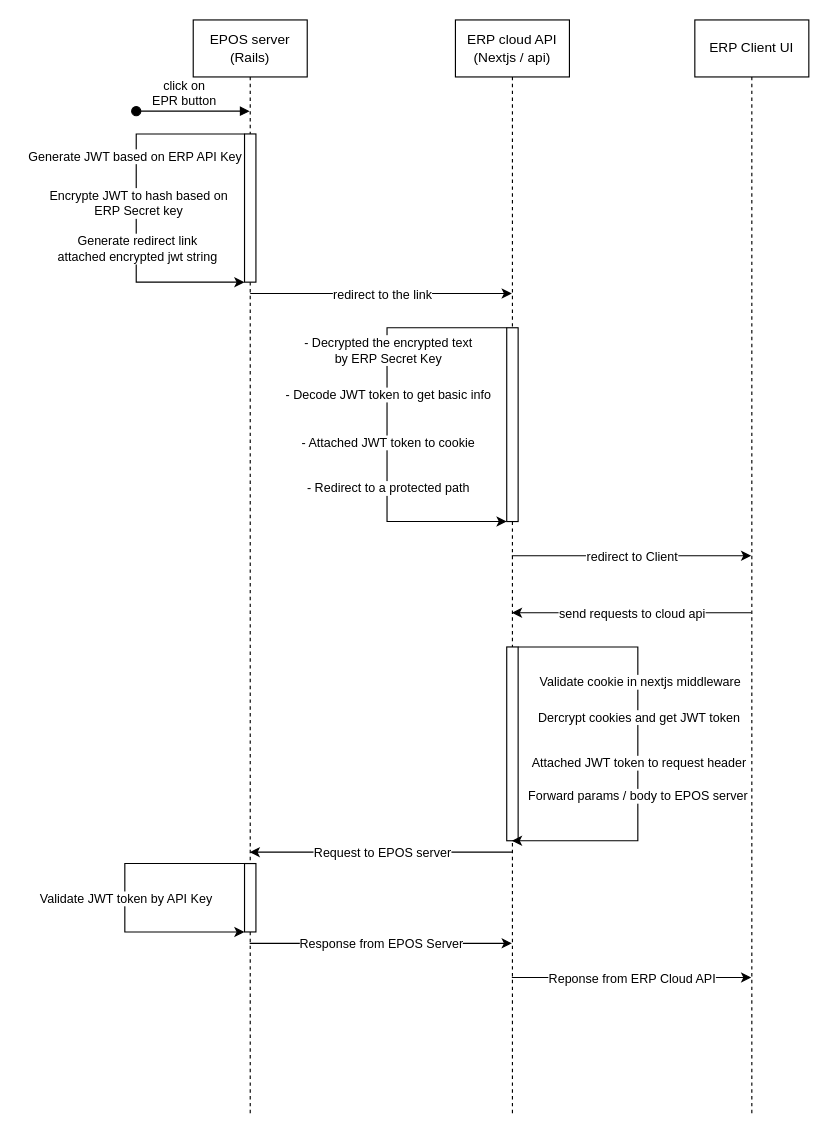
Earlier version of the draw.io diagram Untitled Diagram.drawio (ngmitan149/ngmitan149). Source tidied: cells renumbered, new cells numbered last; positions are measured from the earlier drawing's top-left corner, leaving out a move shared by most shapes. Both pictures are drawn from the tidied source at 114%, with x=0, y=0 at pixel (124, 19).
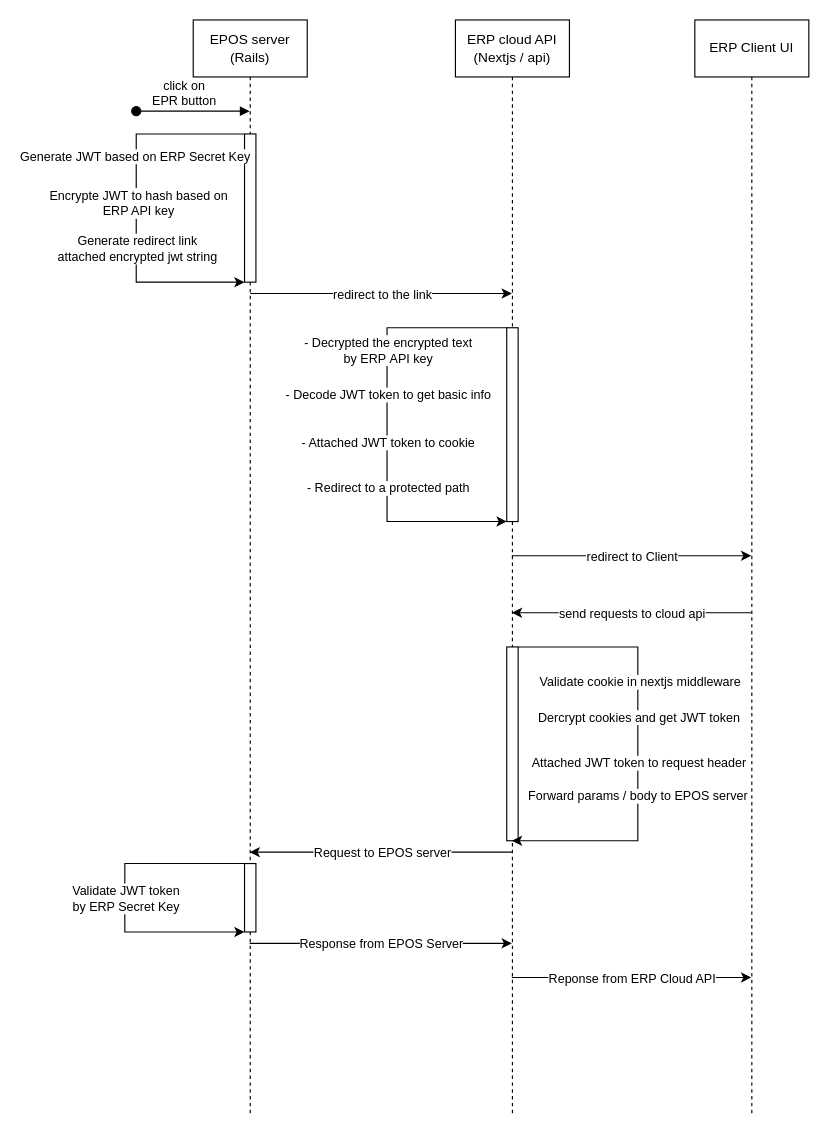
The same page after the edit.

The change refers to these unchanged cells:
```xml
<mxCell id="5" style="endArrow=classic;html=1;rounded=0;" parent="2" edge="1" source="4" target="4">
  <mxGeometry relative="1" as="geometry">
    <Array as="points">
      <mxPoint x="-50" y="100" />
      <mxPoint x="-50" y="130" />
      <mxPoint x="-50" y="200" />
      <mxPoint x="-50" y="230" />
    </Array>
  </mxGeometry>
</mxCell>
<mxCell id="10" style="endArrow=classic;html=1;rounded=0;" parent="2" edge="1" source="9" target="9">
  <mxGeometry relative="1" as="geometry">
    <Array as="points">
      <mxPoint x="-60" y="740" />
    </Array>
  </mxGeometry>
</mxCell>
<mxCell id="14" style="endArrow=classic;html=1;rounded=0;" parent="12" edge="1" source="13" target="13">
  <mxGeometry relative="1" as="geometry">
    <Array as="points">
      <mxPoint x="-60" y="270" />
      <mxPoint x="-60" y="440" />
    </Array>
  </mxGeometry>
</mxCell>
```

What changed in the source:
```diff
@@
-    <mxCell id="7" value="Generate JWT based on ERP API Key" style="edgeLabel;html=1;align=center;verticalAlign=middle;" parent="5" vertex="1">
+    <mxCell id="7" value="Generate JWT based on ERP Secret Key" style="edgeLabel;html=1;align=center;verticalAlign=middle;" parent="5" vertex="1">
       <mxGeometry x="-0.29" y="-2" relative="1" as="geometry" />
     </mxCell>
-    <mxCell id="8" value="Encrypte JWT to hash based on&lt;br&gt;ERP Secret key" style="edgeLabel;html=1;align=center;verticalAlign=middle;" parent="5" vertex="1">
+    <mxCell id="8" value="Encrypte JWT to hash based on&lt;br&gt;ERP API key" style="edgeLabel;html=1;align=center;verticalAlign=middle;" parent="5" vertex="1">
       <mxGeometry x="-0.11" y="1" relative="1" as="geometry">
         <mxPoint y="13" as="offset" />
       </mxGeometry>
     </mxCell>
@@
-    <mxCell id="11" value="Validate JWT token by API Key" style="edgeLabel;html=1;align=center;verticalAlign=middle;" parent="10" vertex="1">
+    <mxCell id="11" value="Validate JWT token &lt;br&gt;by ERP Secret Key" style="edgeLabel;html=1;align=center;verticalAlign=middle;" parent="10" vertex="1">
       <mxGeometry relative="1" as="geometry" />
     </mxCell>
@@
-    <mxCell id="16" value="- Decrypted the encrypted text &lt;br&gt;by ERP Secret Key" style="edgeLabel;html=1;align=center;verticalAlign=middle;" parent="14" vertex="1">
+    <mxCell id="16" value="- Decrypted the encrypted text &lt;br&gt;by ERP&amp;nbsp;API key" style="edgeLabel;html=1;align=center;verticalAlign=middle;" parent="14" vertex="1">
       <mxGeometry x="-0.4" relative="1" as="geometry">
         <mxPoint y="10" as="offset" />
       </mxGeometry>
     </mxCell>
```
